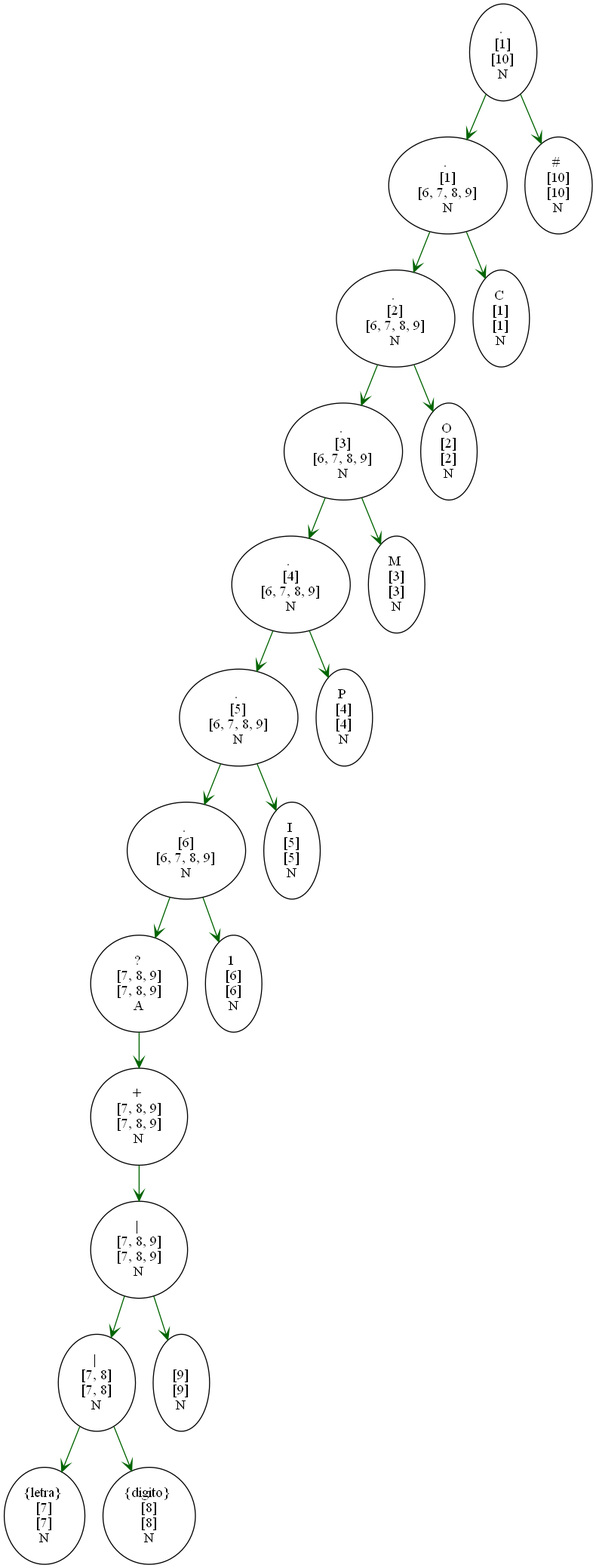
Before: reportes/Arbol_202002591/Arbol1.png, a diagram exported from Graphviz (SeZamora/202002591_PY1_OLC1). Its source is kept beside it as reportes/Arbol_202002591/Arbol1.dot. The source it was exported from:
```dot
digraph G {
 layout=dot
labelloc = "t"edge [weigth=1000  color=darkgreen  arrowtail="open" arrowhead="open"]
Nodo956913336 -> Nodo1130139491;
Nodo956913336 -> Nodo1100620289;
Nodo1458749519 -> Nodo956913336;
Nodo1458749519 -> Nodo633200831;
Nodo37569788 -> Nodo1458749519;
Nodo304604304 -> Nodo37569788;
Nodo1377287715 -> Nodo417666246;
Nodo1377287715 -> Nodo304604304;
Nodo1880598914 -> Nodo1572458612;
Nodo1880598914 -> Nodo1377287715;
Nodo850434886 -> Nodo46394098;
Nodo850434886 -> Nodo1880598914;
Nodo1339365521 -> Nodo1551649647;
Nodo1339365521 -> Nodo850434886;
Nodo1780515085 -> Nodo1999200961;
Nodo1780515085 -> Nodo1339365521;
Nodo274726181 -> Nodo784792434;
Nodo274726181 -> Nodo1780515085;
Nodo1082146638 -> Nodo274726181;
Nodo1082146638 -> Nodo2080596725;
Nodo784792434[label="C
 [1]
 [1]
 N "];
Nodo1999200961[label="O
 [2]
 [2]
 N "];
Nodo1551649647[label="M
 [3]
 [3]
 N "];
Nodo46394098[label="P
 [4]
 [4]
 N "];
Nodo1572458612[label="I
 [5]
 [5]
 N "];
Nodo417666246[label="1
 [6]
 [6]
 N "];
Nodo1130139491[label="{letra}
 [7]
 [7]
 N "];
Nodo1100620289[label="{digito}
 [8]
 [8]
 N "];
Nodo956913336[label="|
 [7, 8]
 [7, 8]
 N "];
Nodo633200831[label="
 [9]
 [9]
 N "];
Nodo1458749519[label="|
 [7, 8, 9]
 [7, 8, 9]
 N "];
Nodo37569788[label="+
 [7, 8, 9]
 [7, 8, 9]
 N "];
Nodo304604304[label="?
 [7, 8, 9]
 [7, 8, 9]
 A "];
Nodo1377287715[label=".
 [6]
 [6, 7, 8, 9]
 N "];
Nodo1880598914[label=".
 [5]
 [6, 7, 8, 9]
 N "];
Nodo850434886[label=".
 [4]
 [6, 7, 8, 9]
 N "];
Nodo1339365521[label=".
 [3]
 [6, 7, 8, 9]
 N "];
Nodo1780515085[label=".
 [2]
 [6, 7, 8, 9]
 N "];
Nodo274726181[label=".
 [1]
 [6, 7, 8, 9]
 N "];
Nodo2080596725[label="#
 [10]
 [10]
 N "];
Nodo1082146638[label=".
 [1]
 [10]
 N "];
}
```
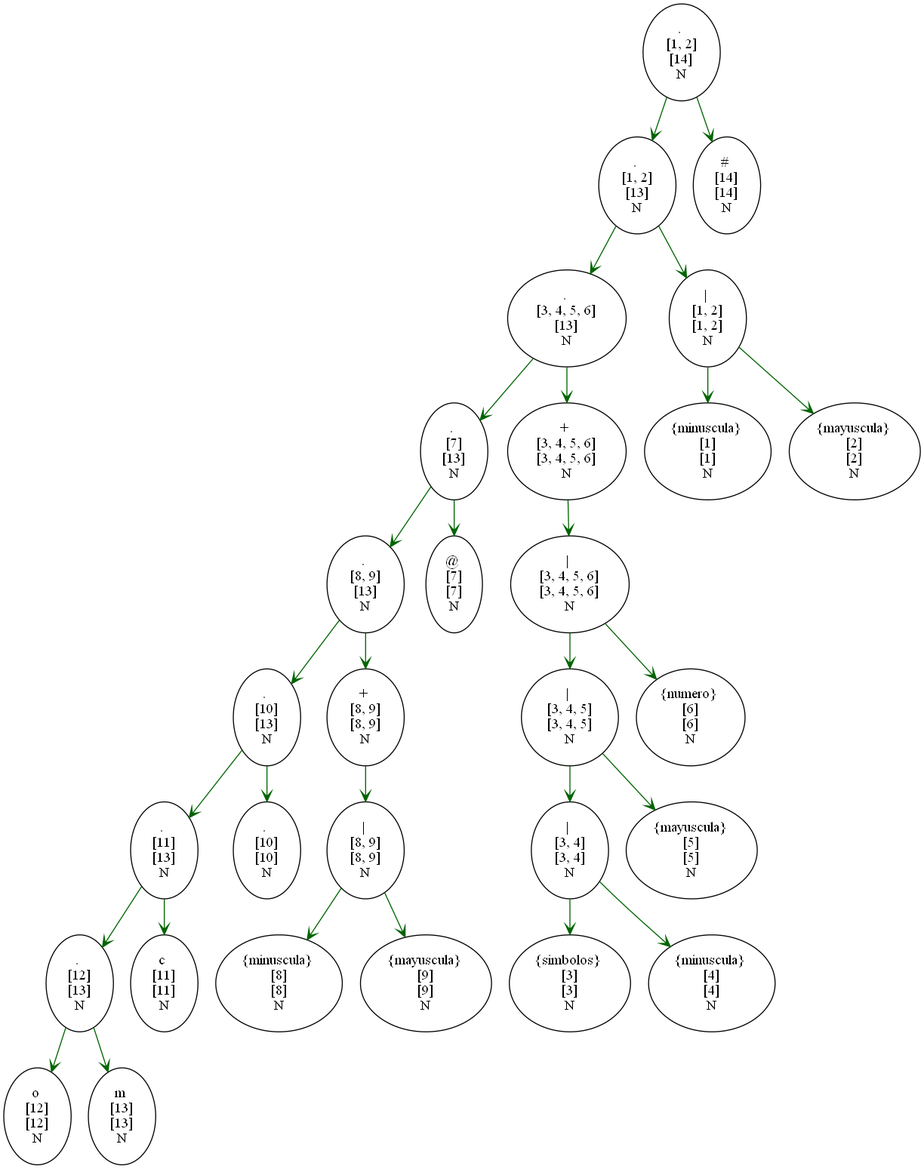
Above is the later version.

Change to the diagram source:
```diff
@@ -1,108 +1,148 @@
 digraph G {
  layout=dot
 labelloc = "t"edge [weigth=1000  color=darkgreen  arrowtail="open" arrowhead="open"]
-Nodo956913336 -> Nodo1130139491;
-Nodo956913336 -> Nodo1100620289;
-Nodo1458749519 -> Nodo956913336;
-Nodo1458749519 -> Nodo633200831;
-Nodo37569788 -> Nodo1458749519;
-Nodo304604304 -> Nodo37569788;
-Nodo1377287715 -> Nodo417666246;
+Nodo672579098 -> Nodo901598145;
+Nodo672579098 -> Nodo250484983;
+Nodo1077329393 -> Nodo1565343107;
+Nodo1077329393 -> Nodo672579098;
+Nodo40994472 -> Nodo2091257777;
+Nodo40994472 -> Nodo1077329393;
+Nodo160103649 -> Nodo1033861494;
+Nodo160103649 -> Nodo861269163;
+Nodo2135078647 -> Nodo160103649;
+Nodo561065994 -> Nodo2135078647;
+Nodo561065994 -> Nodo40994472;
+Nodo1734588827 -> Nodo2077172072;
+Nodo1734588827 -> Nodo561065994;
+Nodo298898920 -> Nodo956913336;
+Nodo298898920 -> Nodo1130139491;
+Nodo1100620289 -> Nodo298898920;
+Nodo1100620289 -> Nodo1458749519;
+Nodo633200831 -> Nodo1100620289;
+Nodo633200831 -> Nodo37569788;
+Nodo304604304 -> Nodo633200831;
 Nodo1377287715 -> Nodo304604304;
-Nodo1880598914 -> Nodo1572458612;
-Nodo1880598914 -> Nodo1377287715;
-Nodo850434886 -> Nodo46394098;
-Nodo850434886 -> Nodo1880598914;
-Nodo1339365521 -> Nodo1551649647;
-Nodo1339365521 -> Nodo850434886;
-Nodo1780515085 -> Nodo1999200961;
-Nodo1780515085 -> Nodo1339365521;
-Nodo274726181 -> Nodo784792434;
-Nodo274726181 -> Nodo1780515085;
-Nodo1082146638 -> Nodo274726181;
-Nodo1082146638 -> Nodo2080596725;
-Nodo784792434[label="C
+Nodo1377287715 -> Nodo1734588827;
+Nodo417666246 -> Nodo1880598914;
+Nodo417666246 -> Nodo1572458612;
+Nodo850434886 -> Nodo417666246;
+Nodo850434886 -> Nodo1377287715;
+Nodo46394098 -> Nodo850434886;
+Nodo46394098 -> Nodo1339365521;
+Nodo1880598914[label="{minuscula}
  [1]
  [1]
  N "];
-Nodo1999200961[label="O
+Nodo1572458612[label="{mayuscula}
  [2]
  [2]
  N "];
-Nodo1551649647[label="M
+Nodo417666246[label="|
+ [1, 2]
+ [1, 2]
+ N "];
+Nodo956913336[label="{simbolos}
  [3]
  [3]
  N "];
-Nodo46394098[label="P
+Nodo1130139491[label="{minuscula}
  [4]
  [4]
  N "];
-Nodo1572458612[label="I
+Nodo298898920[label="|
+ [3, 4]
+ [3, 4]
+ N "];
+Nodo1458749519[label="{mayuscula}
  [5]
  [5]
  N "];
-Nodo417666246[label="1
+Nodo1100620289[label="|
+ [3, 4, 5]
+ [3, 4, 5]
+ N "];
+Nodo37569788[label="{numero}
  [6]
  [6]
  N "];
-Nodo1130139491[label="{letra}
+Nodo633200831[label="|
+ [3, 4, 5, 6]
+ [3, 4, 5, 6]
+ N "];
+Nodo304604304[label="+
+ [3, 4, 5, 6]
+ [3, 4, 5, 6]
+ N "];
+Nodo2077172072[label="@
  [7]
  [7]
  N "];
-Nodo1100620289[label="{digito}
+Nodo1033861494[label="{minuscula}
  [8]
  [8]
  N "];
-Nodo956913336[label="|
- [7, 8]
- [7, 8]
- N "];
-Nodo633200831[label="
+Nodo861269163[label="{mayuscula}
  [9]
  [9]
  N "];
-Nodo1458749519[label="|
- [7, 8, 9]
- [7, 8, 9]
+Nodo160103649[label="|
+ [8, 9]
+ [8, 9]
  N "];
-Nodo37569788[label="+
- [7, 8, 9]
- [7, 8, 9]
+Nodo2135078647[label="+
+ [8, 9]
+ [8, 9]
  N "];
-Nodo304604304[label="?
- [7, 8, 9]
- [7, 8, 9]
- A "];
-Nodo1377287715[label=".
- [6]
- [6, 7, 8, 9]
- N "];
-Nodo1880598914[label=".
- [5]
- [6, 7, 8, 9]
- N "];
-Nodo850434886[label=".
- [4]
- [6, 7, 8, 9]
- N "];
-Nodo1339365521[label=".
- [3]
- [6, 7, 8, 9]
- N "];
-Nodo1780515085[label=".
- [2]
- [6, 7, 8, 9]
- N "];
-Nodo274726181[label=".
- [1]
- [6, 7, 8, 9]
- N "];
-Nodo2080596725[label="#
+Nodo2091257777[label=".
  [10]
  [10]
  N "];
-Nodo1082146638[label=".
- [1]
+Nodo1565343107[label="c
+ [11]
+ [11]
+ N "];
+Nodo901598145[label="o
+ [12]
+ [12]
+ N "];
+Nodo250484983[label="m
+ [13]
+ [13]
+ N "];
+Nodo672579098[label=".
+ [12]
+ [13]
+ N "];
+Nodo1077329393[label=".
+ [11]
+ [13]
+ N "];
+Nodo40994472[label=".
  [10]
+ [13]
+ N "];
+Nodo561065994[label=".
+ [8, 9]
+ [13]
+ N "];
+Nodo1734588827[label=".
+ [7]
+ [13]
+ N "];
+Nodo1377287715[label=".
+ [3, 4, 5, 6]
+ [13]
+ N "];
+Nodo850434886[label=".
+ [1, 2]
+ [13]
+ N "];
+Nodo1339365521[label="#
+ [14]
+ [14]
+ N "];
+Nodo46394098[label=".
+ [1, 2]
+ [14]
  N "];
 }
```
